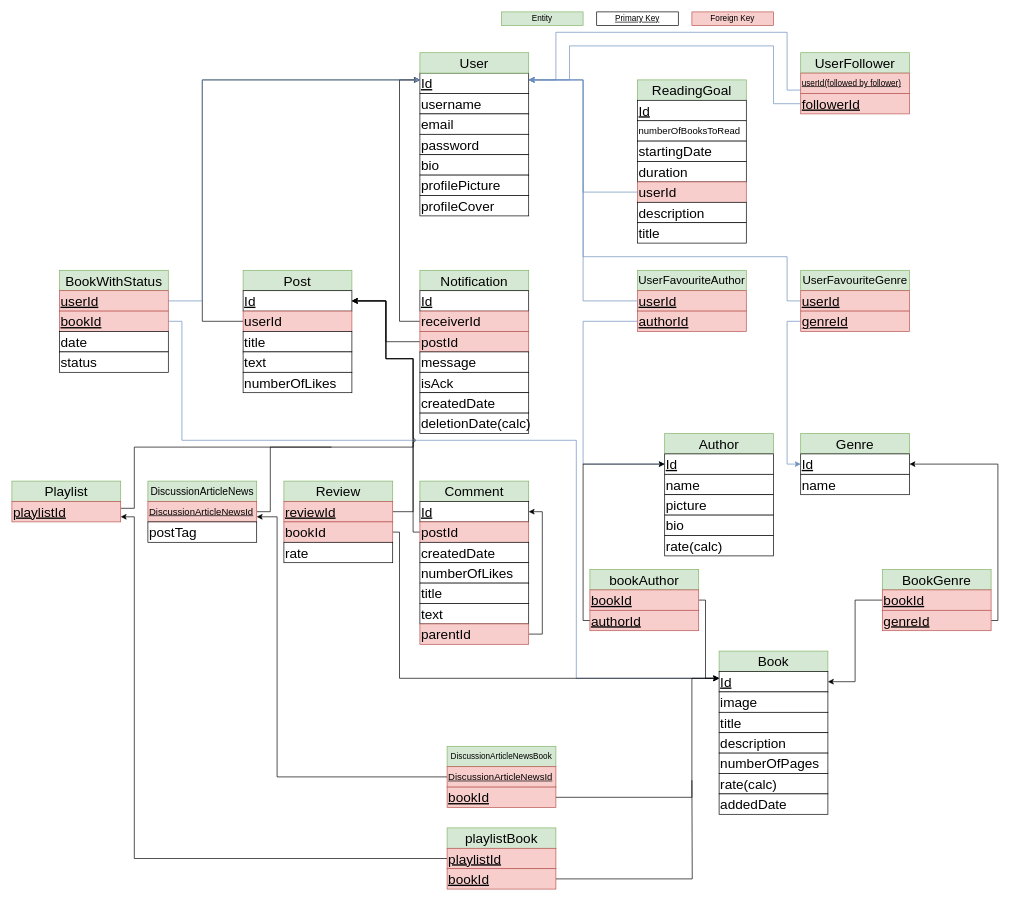
Before: page "mapping digaram" (2 of 2) of diagrams.drawio in Yaqra/YaqraApi, a draw.io diagram. Source tidied: cells renumbered, new cells numbered last; positions are measured from the earlier drawing's top-left corner, leaving out a move shared by most shapes. Both pictures are drawn from the tidied source at 68%, with x=0, y=0 at pixel (12, 12).
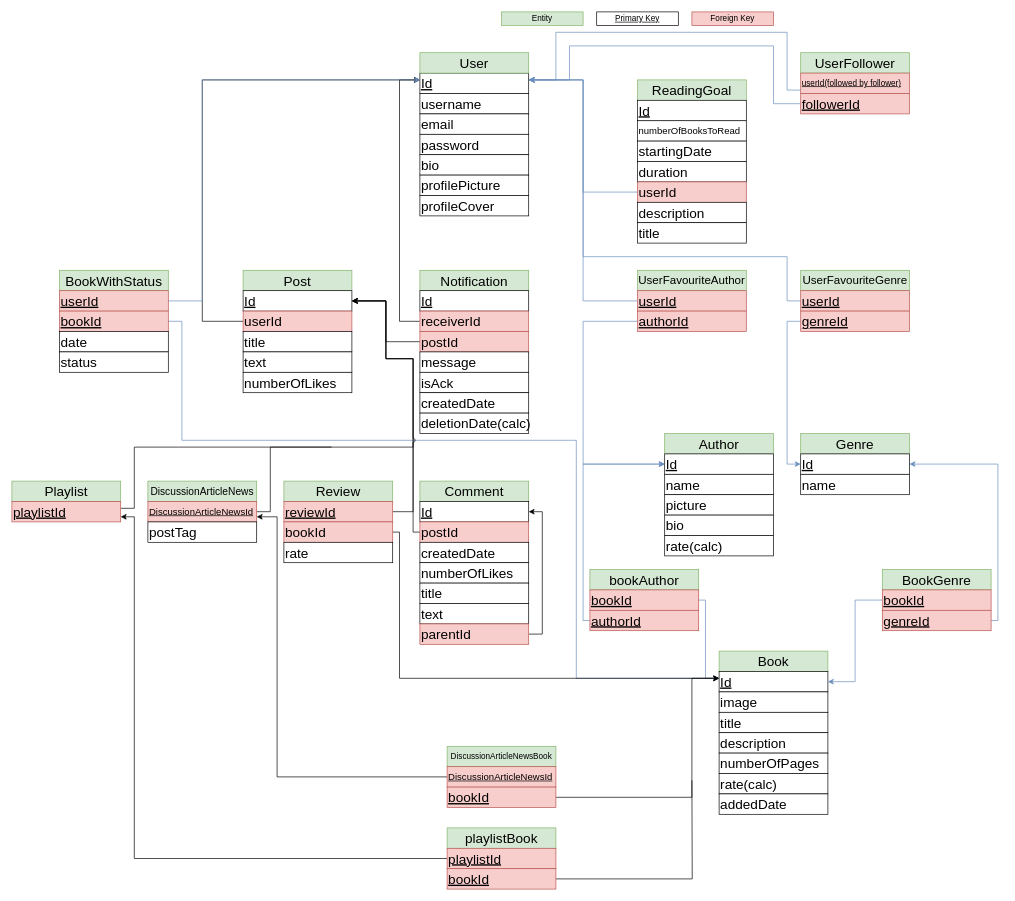
After the change.

The change refers to these unchanged cells:
```xml
<mxCell id="56" value="&lt;font style=&quot;font-size: 20px;&quot;&gt;&lt;u&gt;Id&lt;/u&gt;&lt;/font&gt;" style="rounded=0;whiteSpace=wrap;html=1;align=left;" parent="1" vertex="1">
  <mxGeometry x="960" y="650" width="160" height="30" as="geometry" />
</mxCell>
<mxCell id="57" value="&lt;font style=&quot;font-size: 20px;&quot;&gt;&lt;u&gt;Id&lt;/u&gt;&lt;/font&gt;" style="rounded=0;whiteSpace=wrap;html=1;align=left;" parent="1" vertex="1">
  <mxGeometry x="1160" y="650" width="160" height="30" as="geometry" />
</mxCell>
<mxCell id="64" value="&lt;font style=&quot;font-size: 20px;&quot;&gt;&lt;u&gt;Id&lt;/u&gt;&lt;/font&gt;" style="rounded=0;whiteSpace=wrap;html=1;align=left;" parent="1" vertex="1">
  <mxGeometry x="1040" y="970" width="160" height="30" as="geometry" />
</mxCell>
<mxCell id="73" value="&lt;font style=&quot;font-size: 20px;&quot;&gt;&lt;u&gt;bookId&lt;/u&gt;&lt;/font&gt;" style="rounded=0;whiteSpace=wrap;html=1;align=left;fillColor=#f8cecc;strokeColor=#b85450;" parent="1" vertex="1">
  <mxGeometry x="1280" y="850" width="160" height="30" as="geometry" />
</mxCell>
<mxCell id="75" value="&lt;font style=&quot;font-size: 20px;&quot;&gt;&lt;u&gt;genreId&lt;/u&gt;&lt;/font&gt;" style="rounded=0;whiteSpace=wrap;html=1;align=left;fillColor=#f8cecc;strokeColor=#b85450;" parent="1" vertex="1">
  <mxGeometry x="1280" y="880" width="160" height="30" as="geometry" />
</mxCell>
<mxCell id="78" value="&lt;font style=&quot;font-size: 20px;&quot;&gt;&lt;u&gt;bookId&lt;/u&gt;&lt;/font&gt;" style="rounded=0;whiteSpace=wrap;html=1;align=left;fillColor=#f8cecc;strokeColor=#b85450;" parent="1" vertex="1">
  <mxGeometry x="850" y="850" width="160" height="30" as="geometry" />
</mxCell>
<mxCell id="80" value="&lt;font style=&quot;font-size: 20px;&quot;&gt;&lt;u&gt;authorId&lt;/u&gt;&lt;/font&gt;" style="rounded=0;whiteSpace=wrap;html=1;align=left;fillColor=#f8cecc;strokeColor=#b85450;" parent="1" vertex="1">
  <mxGeometry x="850" y="880" width="160" height="30" as="geometry" />
</mxCell>
```

Diff of the diagram source:
```diff
@@
-    <mxCell id="72" style="edgeStyle=orthogonalEdgeStyle;rounded=0;jettySize=auto;html=1;entryX=1;entryY=0.5;entryDx=0;entryDy=0;" parent="1" edge="1" source="73" target="64">
+    <mxCell id="72" style="edgeStyle=orthogonalEdgeStyle;rounded=0;jettySize=auto;html=1;entryX=1;entryY=0.5;entryDx=0;entryDy=0;fillColor=#dae8fc;strokeColor=#6c8ebf;" parent="1" edge="1" source="73" target="64">
       <mxGeometry relative="1" as="geometry" />
     </mxCell>
@@
-    <mxCell id="74" style="edgeStyle=orthogonalEdgeStyle;rounded=0;jettySize=auto;html=1;entryX=1;entryY=0.5;entryDx=0;entryDy=0;" parent="1" edge="1" source="75" target="57">
+    <mxCell id="74" style="edgeStyle=orthogonalEdgeStyle;rounded=0;jettySize=auto;html=1;entryX=1;entryY=0.5;entryDx=0;entryDy=0;fillColor=#dae8fc;strokeColor=#6c8ebf;" parent="1" edge="1" source="75" target="57">
       <mxGeometry relative="1" as="geometry">
         <Array as="points">
           <mxPoint x="1450" y="895" />
           <mxPoint x="1450" y="665" />
         </Array>
       </mxGeometry>
     </mxCell>
@@
-    <mxCell id="77" style="edgeStyle=orthogonalEdgeStyle;rounded=0;jettySize=auto;html=1;" parent="1" edge="1" source="78">
+    <mxCell id="77" style="edgeStyle=orthogonalEdgeStyle;rounded=0;jettySize=auto;html=1;fillColor=#dae8fc;strokeColor=#6c8ebf;" parent="1" edge="1" source="78">
       <mxGeometry relative="1" as="geometry">
         <mxPoint x="1040" y="980" as="targetPoint" />
         <Array as="points">
           <mxPoint x="1020" y="865" />
           <mxPoint x="1020" y="980" />
         </Array>
       </mxGeometry>
     </mxCell>
@@
-    <mxCell id="79" style="edgeStyle=orthogonalEdgeStyle;rounded=0;jettySize=auto;html=1;entryX=0;entryY=0.5;entryDx=0;entryDy=0;" parent="1" edge="1" source="80" target="56">
+    <mxCell id="79" style="edgeStyle=orthogonalEdgeStyle;rounded=0;jettySize=auto;html=1;entryX=0;entryY=0.5;entryDx=0;entryDy=0;fillColor=#dae8fc;strokeColor=#6c8ebf;" parent="1" edge="1" source="80" target="56">
       <mxGeometry relative="1" as="geometry">
         <Array as="points">
           <mxPoint x="840" y="895" />
           <mxPoint x="840" y="665" />
         </Array>
       </mxGeometry>
     </mxCell>
```
